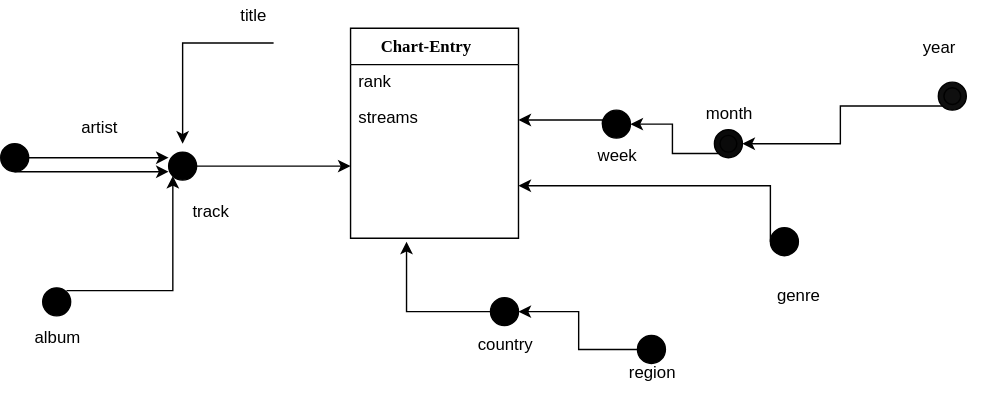
AlexChanson/DW keeps this draw.io diagram as figures/DF1.svg. Above is the earlier version. Source tidied: cells renumbered, new cells last; positions are measured from the earlier drawing's top-left corner, leaving out a move shared by most shapes.
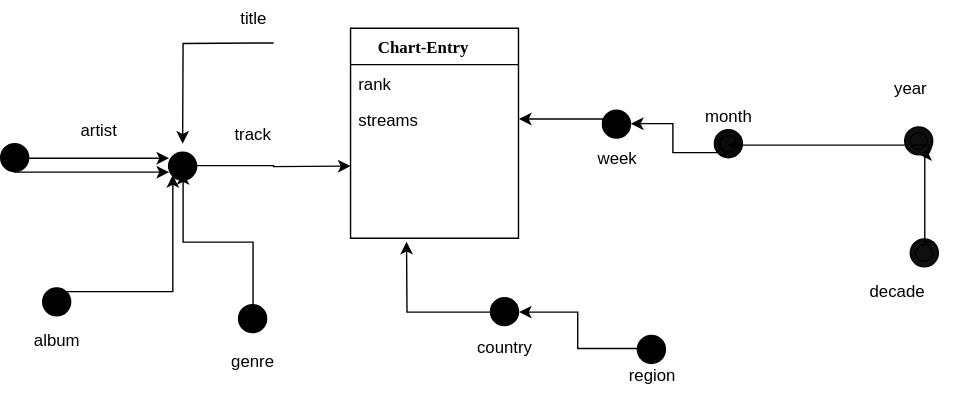
The same diagram one commit later.

Change to the diagram source:
```diff
@@ -52,25 +52,18 @@
     <mxCell id="14" style="ellipse;shape=doubleEllipse;whiteSpace=wrap;html=1;fillColor=#0A0A0A;" parent="1" vertex="1">
       <mxGeometry x="510" y="91.5" width="20" height="20" as="geometry" />
     </mxCell>
-    <mxCell id="15" style="edgeStyle=orthogonalEdgeStyle;rounded=0;html=1;exitX=0;exitY=1;entryX=1;entryY=0.5;jettySize=auto;" parent="1" edge="1" source="16" target="14">
-      <mxGeometry relative="1" as="geometry" />
-    </mxCell>
     <mxCell id="16" style="ellipse;shape=doubleEllipse;whiteSpace=wrap;html=1;fillColor=#0F0F0F;" parent="1" vertex="1">
-      <mxGeometry x="670" y="57.5" width="20" height="20" as="geometry" />
+      <mxGeometry x="646" y="89.5" width="20" height="20" as="geometry" />
     </mxCell>
-    <mxCell id="17" style="edgeStyle=orthogonalEdgeStyle;rounded=0;html=1;exitX=0;exitY=0.5;jettySize=auto;entryX=1;entryY=0.75;" parent="1" edge="1" source="18" target="2">
-      <mxGeometry relative="1" as="geometry">
-        <Array as="points">
-          <mxPoint x="550" y="132" />
-        </Array>
-      </mxGeometry>
-    </mxCell>
+    <mxCell id="36" style="edgeStyle=orthogonalEdgeStyle;rounded=0;html=1;exitX=0.5;exitY=0;entryX=0.5;entryY=0.725;entryPerimeter=0;jettySize=auto;" parent="1" edge="1" source="18" target="10">
+      <mxGeometry relative="1" as="geometry" />
+    </mxCell>
     <mxCell id="18" style="ellipse;shape=doubleEllipse;whiteSpace=wrap;html=1;fillColor=#000000;" parent="1" vertex="1">
-      <mxGeometry x="550" y="162" width="20" height="20" as="geometry" />
+      <mxGeometry x="170" y="217" width="20" height="20" as="geometry" />
     </mxCell>
     <object id="19" label="track" name="Variable" placeholders="1">
       <mxCell style="text;html=1;strokeColor=none;fillColor=none;align=center;verticalAlign=middle;whiteSpace=wrap;overflow=hidden;" parent="1" vertex="1">
-        <mxGeometry x="110" y="142" width="80" height="20" as="geometry" />
+        <mxGeometry x="140" y="84.5" width="80" height="20" as="geometry" />
       </mxCell>
     </object>
     <object id="20" label="album" name="Variable" placeholders="1">
@@ -85,7 +78,7 @@
     </object>
     <object id="22" label="year" name="Variable" placeholders="1">
       <mxCell style="text;html=1;strokeColor=none;fillColor=none;align=center;verticalAlign=middle;whiteSpace=wrap;overflow=hidden;" parent="1" vertex="1">
-        <mxGeometry x="630" y="24.5" width="80" height="20" as="geometry" />
+        <mxGeometry x="610" y="51.5" width="80" height="20" as="geometry" />
       </mxCell>
     </object>
     <object id="23" label="month" name="Variable" placeholders="1">
@@ -100,7 +93,7 @@
     </object>
     <object id="25" label="genre" name="Variable" placeholders="1">
       <mxCell style="text;html=1;strokeColor=none;fillColor=none;align=center;verticalAlign=middle;whiteSpace=wrap;overflow=hidden;" parent="1" vertex="1">
-        <mxGeometry x="530" y="202" width="80" height="20" as="geometry" />
+        <mxGeometry x="140" y="247" width="80" height="20" as="geometry" />
       </mxCell>
     </object>
     <object id="26" label="title" name="Variable" placeholders="1">
@@ -151,5 +144,28 @@
         </Array>
       </mxGeometry>
     </mxCell>
+    <mxCell id="37" style="ellipse;shape=doubleEllipse;whiteSpace=wrap;html=1;fillColor=#0F0F0F;" parent="1" vertex="1">
+      <mxGeometry x="650" y="169.5" width="20" height="20" as="geometry" />
+    </mxCell>
+    <mxCell id="38" style="edgeStyle=orthogonalEdgeStyle;rounded=0;html=1;exitX=1;exitY=0;entryX=0.5;entryY=1;jettySize=auto;" parent="1" edge="1" source="37" target="16">
+      <mxGeometry relative="1" as="geometry">
+        <Array as="points">
+          <mxPoint x="660" y="172" />
+        </Array>
+      </mxGeometry>
+    </mxCell>
+    <object id="39" label="decade" name="Variable" placeholders="1">
+      <mxCell style="text;html=1;strokeColor=none;fillColor=none;align=center;verticalAlign=middle;whiteSpace=wrap;overflow=hidden;" parent="1" vertex="1">
+        <mxGeometry x="600" y="197" width="80" height="20" as="geometry" />
+      </mxCell>
+    </object>
+    <mxCell id="40" style="edgeStyle=orthogonalEdgeStyle;rounded=0;html=1;exitX=1;exitY=1;entryX=1;entryY=0.5;jettySize=auto;" parent="1" edge="1" source="16">
+      <mxGeometry relative="1" as="geometry">
+        <mxPoint x="519.8" y="102.8" as="targetPoint" />
+        <Array as="points">
+          <mxPoint x="663" y="103" />
+        </Array>
+      </mxGeometry>
+    </mxCell>
   </root>
 </mxGraphModel>
```
